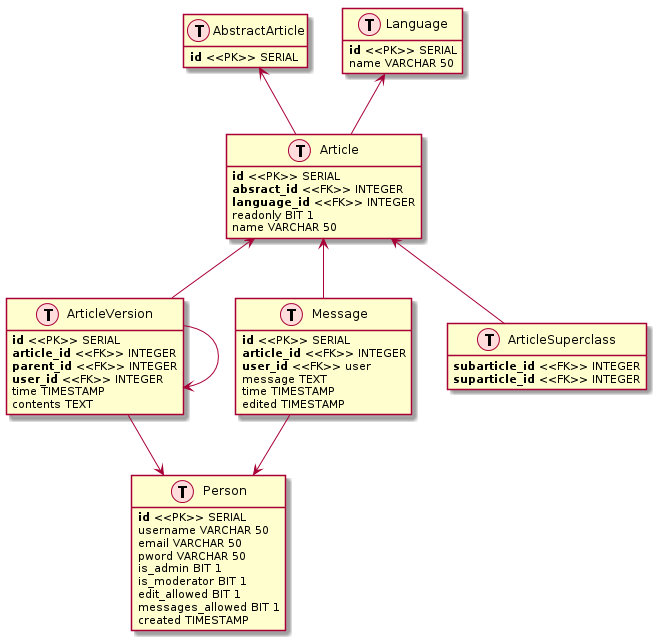
Hansuzu/Tsoha-Bootstrap keeps this PlantUML diagram as doc/imgs/relt.png. Above is the earlier version.
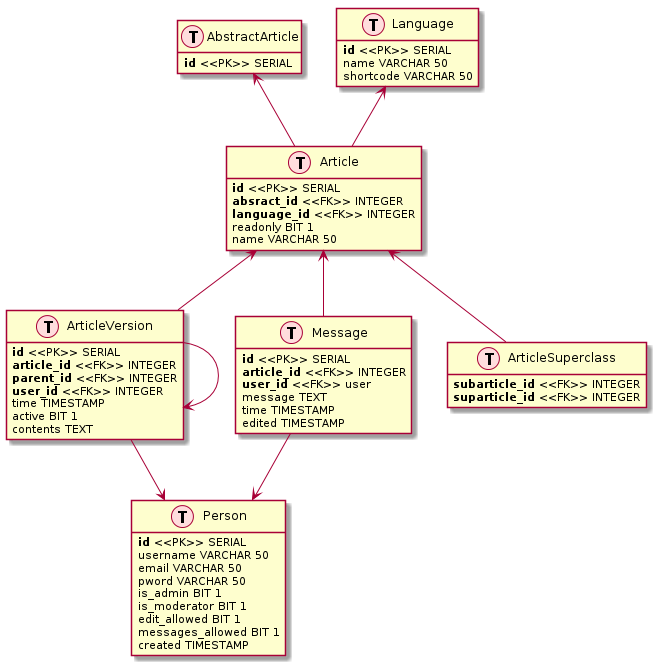
After the change.

What changed in the source:
```diff
@@ -32,6 +32,7 @@
     <b>parent_id</b> <<FK>> INTEGER
     <b>user_id</b> <<FK>> INTEGER
     time TIMESTAMP
+    active BIT 1
     contents TEXT
 }
 
@@ -57,6 +58,7 @@
 class Language as "Language" << (T,#FFDDDD) >> {
     <b>id</b> <<PK>> SERIAL
     name VARCHAR 50
+    shortcode VARCHAR 50
 }
 
 
```
